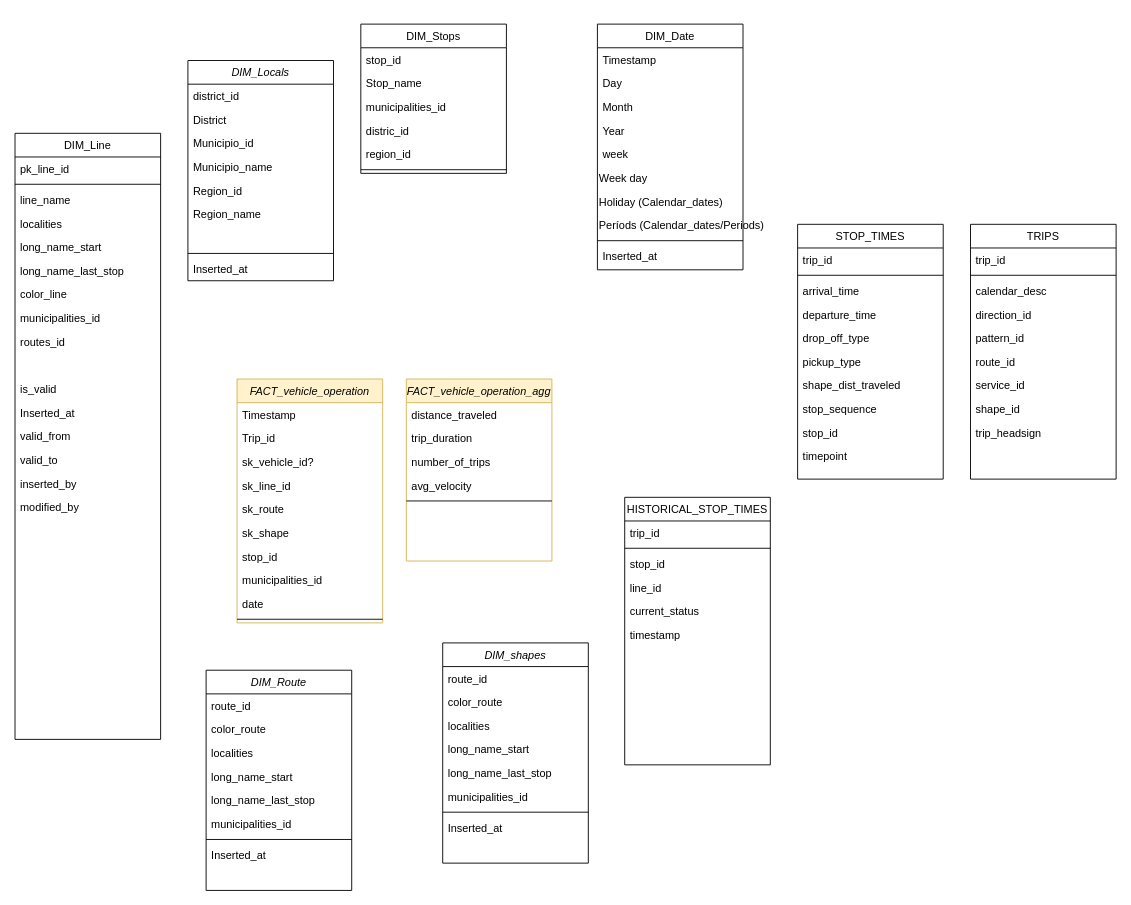
Above: Diagrama sem nome.drawio in joao-dias-25/final-project-edit (draw.io), before the change. Source tidied: cells renumbered, new cells numbered last; positions are measured from the earlier drawing's top-left corner, leaving out a move shared by most shapes. Both pictures are drawn from the tidied source at 91%, with x=0, y=0 at pixel (15, 24).
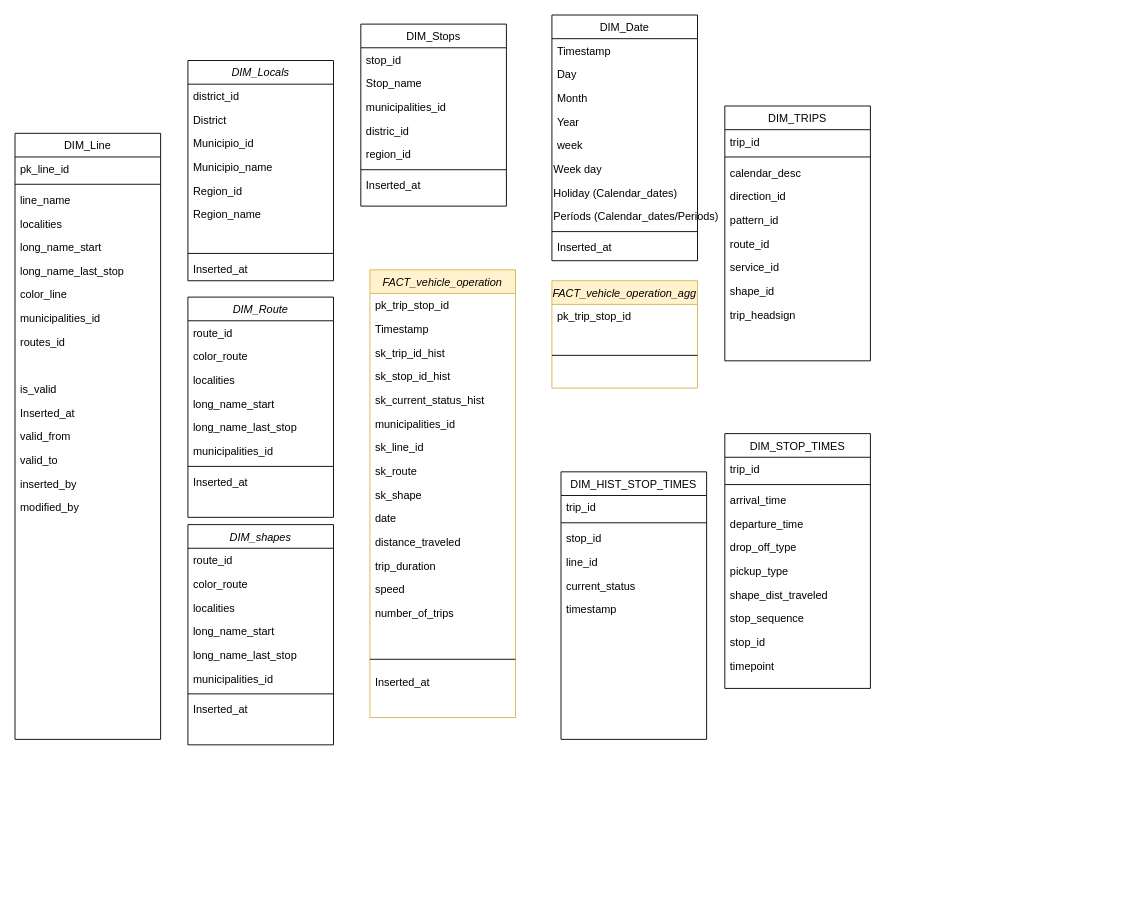
The same page after the edit.

The edit, as a diff of the source:
```diff
@@
     <mxCell id="29" value="DIM_Stops" style="swimlane;fontStyle=0;align=center;verticalAlign=top;horizontal=1;startSize=26;rounded=0;shadow=0;strokeWidth=1;" parent="1" vertex="1">
-      <mxGeometry x="380" width="160" height="164" as="geometry" />
+      <mxGeometry x="380" width="160" height="200" as="geometry" />
     </mxCell>
@@
+    <mxCell id="113" value="Inserted_at" style="text;align=left;verticalAlign=top;spacingLeft=4;spacingRight=4;overflow=hidden;" parent="29" vertex="1">
+      <mxGeometry y="164" width="160" height="26" as="geometry" />
+    </mxCell>
     <mxCell id="36" value="DIM_Date" style="swimlane;fontStyle=0;align=center;verticalAlign=top;horizontal=1;startSize=26;rounded=0;shadow=0;strokeWidth=1;" parent="1" vertex="1">
-      <mxGeometry x="640" width="160" height="270" as="geometry" />
+      <mxGeometry x="590" y="-10" width="160" height="270" as="geometry" />
     </mxCell>
@@
     <mxCell id="47" value="FACT_vehicle_operation" style="swimlane;fontStyle=2;align=center;verticalAlign=top;horizontal=1;startSize=26;rounded=0;shadow=0;strokeWidth=1;fillColor=#fff2cc;strokeColor=#d6b656;" parent="1" vertex="1">
-      <mxGeometry x="244" y="390" width="160" height="268" as="geometry" />
+      <mxGeometry x="390" y="270" width="160" height="492" as="geometry" />
     </mxCell>
+    <mxCell id="114" value="pk_trip_stop_id" style="text;align=left;verticalAlign=top;spacingLeft=4;spacingRight=4;overflow=hidden;rounded=0;shadow=0;html=0;" parent="47" vertex="1">
+      <mxGeometry y="26" width="160" height="26" as="geometry" />
+    </mxCell>
     <mxCell id="48" value="Timestamp" style="text;align=left;verticalAlign=top;spacingLeft=4;spacingRight=4;overflow=hidden;rounded=0;shadow=0;html=0;" parent="47" vertex="1">
-      <mxGeometry y="26" width="160" height="26" as="geometry" />
+      <mxGeometry y="52" width="160" height="26" as="geometry" />
     </mxCell>
-    <mxCell id="49" value="Trip_id&#10;" style="text;align=left;verticalAlign=top;spacingLeft=4;spacingRight=4;overflow=hidden;rounded=0;shadow=0;html=0;" parent="47" vertex="1">
-      <mxGeometry y="52" width="160" height="26" as="geometry" />
+    <mxCell id="49" value="sk_trip_id_hist&#10;" style="text;align=left;verticalAlign=top;spacingLeft=4;spacingRight=4;overflow=hidden;rounded=0;shadow=0;html=0;" parent="47" vertex="1">
+      <mxGeometry y="78" width="160" height="26" as="geometry" />
     </mxCell>
-    <mxCell id="50" value="sk_vehicle_id?" style="text;align=left;verticalAlign=top;spacingLeft=4;spacingRight=4;overflow=hidden;rounded=0;shadow=0;html=0;" parent="47" vertex="1">
-      <mxGeometry y="78" width="160" height="26" as="geometry" />
-    </mxCell>
+    <mxCell id="115" value="sk_stop_id_hist" style="text;align=left;verticalAlign=top;spacingLeft=4;spacingRight=4;overflow=hidden;rounded=0;shadow=0;html=0;" parent="47" vertex="1">
+      <mxGeometry y="104" width="160" height="26" as="geometry" />
+    </mxCell>
+    <mxCell id="116" value="sk_current_status_hist" style="text;align=left;verticalAlign=top;spacingLeft=4;spacingRight=4;overflow=hidden;rounded=0;shadow=0;html=0;" parent="47" vertex="1">
+      <mxGeometry y="130" width="160" height="26" as="geometry" />
+    </mxCell>
+    <mxCell id="55" value="municipalities_id" style="text;align=left;verticalAlign=top;spacingLeft=4;spacingRight=4;overflow=hidden;rounded=0;shadow=0;html=0;" parent="47" vertex="1">
+      <mxGeometry y="156" width="160" height="26" as="geometry" />
+    </mxCell>
     <mxCell id="51" value="sk_line_id" style="text;align=left;verticalAlign=top;spacingLeft=4;spacingRight=4;overflow=hidden;rounded=0;shadow=0;html=0;" parent="47" vertex="1">
-      <mxGeometry y="104" width="160" height="26" as="geometry" />
+      <mxGeometry y="182" width="160" height="26" as="geometry" />
     </mxCell>
     <mxCell id="52" value="sk_route" style="text;align=left;verticalAlign=top;spacingLeft=4;spacingRight=4;overflow=hidden;rounded=0;shadow=0;html=0;" parent="47" vertex="1">
-      <mxGeometry y="130" width="160" height="26" as="geometry" />
+      <mxGeometry y="208" width="160" height="26" as="geometry" />
     </mxCell>
     <mxCell id="53" value="sk_shape" style="text;align=left;verticalAlign=top;spacingLeft=4;spacingRight=4;overflow=hidden;rounded=0;shadow=0;html=0;" parent="47" vertex="1">
-      <mxGeometry y="156" width="160" height="26" as="geometry" />
+      <mxGeometry y="234" width="160" height="26" as="geometry" />
     </mxCell>
-    <mxCell id="54" value="stop_id" style="text;align=left;verticalAlign=top;spacingLeft=4;spacingRight=4;overflow=hidden;rounded=0;shadow=0;html=0;" parent="47" vertex="1">
-      <mxGeometry y="182" width="160" height="26" as="geometry" />
-    </mxCell>
-    <mxCell id="55" value="municipalities_id" style="text;align=left;verticalAlign=top;spacingLeft=4;spacingRight=4;overflow=hidden;rounded=0;shadow=0;html=0;" parent="47" vertex="1">
-      <mxGeometry y="208" width="160" height="26" as="geometry" />
-    </mxCell>
     <mxCell id="56" value="date" style="text;align=left;verticalAlign=top;spacingLeft=4;spacingRight=4;overflow=hidden;rounded=0;shadow=0;html=0;" parent="47" vertex="1">
-      <mxGeometry y="234" width="160" height="26" as="geometry" />
+      <mxGeometry y="260" width="160" height="26" as="geometry" />
     </mxCell>
-    <mxCell id="57" style="line;html=1;strokeWidth=1;align=left;verticalAlign=middle;spacingTop=-1;spacingLeft=3;spacingRight=3;labelPosition=right;" parent="47" vertex="1">
-      <mxGeometry y="260" width="160" height="8" as="geometry" />
-    </mxCell>
-    <mxCell id="58" value="FACT_vehicle_operation_agg&#10;&#10;" style="swimlane;fontStyle=2;align=center;verticalAlign=top;horizontal=1;startSize=26;rounded=0;shadow=0;strokeWidth=1;fillColor=#fff2cc;strokeColor=#d6b656;" parent="1" vertex="1">
-      <mxGeometry x="430" y="390" width="160" height="200" as="geometry" />
-    </mxCell>
-    <mxCell id="59" value="distance_traveled" style="text;align=left;verticalAlign=top;spacingLeft=4;spacingRight=4;overflow=hidden;rounded=0;shadow=0;html=0;" parent="58" vertex="1">
-      <mxGeometry y="26" width="160" height="26" as="geometry" />
+    <mxCell id="59" value="distance_traveled" style="text;align=left;verticalAlign=top;spacingLeft=4;spacingRight=4;overflow=hidden;rounded=0;shadow=0;html=0;" parent="47" vertex="1">
+      <mxGeometry y="286" width="160" height="26" as="geometry" />
     </mxCell>
-    <mxCell id="60" value="trip_duration" style="text;align=left;verticalAlign=top;spacingLeft=4;spacingRight=4;overflow=hidden;rounded=0;shadow=0;html=0;" parent="58" vertex="1">
-      <mxGeometry y="52" width="160" height="26" as="geometry" />
+    <mxCell id="60" value="trip_duration" style="text;align=left;verticalAlign=top;spacingLeft=4;spacingRight=4;overflow=hidden;rounded=0;shadow=0;html=0;" parent="47" vertex="1">
+      <mxGeometry y="312" width="160" height="26" as="geometry" />
     </mxCell>
+    <mxCell id="62" value="speed" style="text;align=left;verticalAlign=top;spacingLeft=4;spacingRight=4;overflow=hidden;rounded=0;shadow=0;html=0;" parent="47" vertex="1">
+      <mxGeometry y="338" width="160" height="26" as="geometry" />
+    </mxCell>
-    <mxCell id="61" value="number_of_trips" style="text;align=left;verticalAlign=top;spacingLeft=4;spacingRight=4;overflow=hidden;rounded=0;shadow=0;html=0;" parent="58" vertex="1">
-      <mxGeometry y="78" width="160" height="26" as="geometry" />
+    <mxCell id="61" value="number_of_trips" style="text;align=left;verticalAlign=top;spacingLeft=4;spacingRight=4;overflow=hidden;rounded=0;shadow=0;html=0;" parent="47" vertex="1">
+      <mxGeometry y="364" width="160" height="26" as="geometry" />
     </mxCell>
-    <mxCell id="62" value="avg_velocity" style="text;align=left;verticalAlign=top;spacingLeft=4;spacingRight=4;overflow=hidden;rounded=0;shadow=0;html=0;" parent="58" vertex="1">
-      <mxGeometry y="104" width="160" height="26" as="geometry" />
-    </mxCell>
-    <mxCell id="63" style="line;html=1;strokeWidth=1;align=left;verticalAlign=middle;spacingTop=-1;spacingLeft=3;spacingRight=3;labelPosition=right;" parent="58" vertex="1">
-      <mxGeometry y="130" width="160" height="8" as="geometry" />
-    </mxCell>
+    <mxCell id="117" style="text;align=left;verticalAlign=top;spacingLeft=4;spacingRight=4;overflow=hidden;rounded=0;shadow=0;html=0;" parent="47" vertex="1">
+      <mxGeometry y="390" width="160" height="26" as="geometry" />
+    </mxCell>
+    <mxCell id="57" style="line;html=1;strokeWidth=1;align=left;verticalAlign=middle;spacingTop=-1;spacingLeft=3;spacingRight=3;labelPosition=right;" parent="47" vertex="1">
+      <mxGeometry y="416" width="160" height="24" as="geometry" />
+    </mxCell>
+    <mxCell id="118" value="Inserted_at" style="text;align=left;verticalAlign=top;spacingLeft=4;spacingRight=4;overflow=hidden;" parent="47" vertex="1">
+      <mxGeometry y="440" width="160" height="26" as="geometry" />
+    </mxCell>
+    <mxCell id="58" value="FACT_vehicle_operation_agg&#10;&#10;" style="swimlane;fontStyle=2;align=center;verticalAlign=top;horizontal=1;startSize=26;rounded=0;shadow=0;strokeWidth=1;fillColor=#fff2cc;strokeColor=#d6b656;" parent="1" vertex="1">
+      <mxGeometry x="590" y="282" width="160" height="118" as="geometry" />
+    </mxCell>
+    <mxCell id="119" value="pk_trip_stop_id" style="text;align=left;verticalAlign=top;spacingLeft=4;spacingRight=4;overflow=hidden;rounded=0;shadow=0;html=0;" parent="58" vertex="1">
+      <mxGeometry y="26" width="160" height="26" as="geometry" />
+    </mxCell>
+    <mxCell id="120" style="text;align=left;verticalAlign=top;spacingLeft=4;spacingRight=4;overflow=hidden;rounded=0;shadow=0;html=0;" parent="58" vertex="1">
+      <mxGeometry y="52" width="160" height="26" as="geometry" />
+    </mxCell>
+    <mxCell id="121" style="line;html=1;strokeWidth=1;align=left;verticalAlign=middle;spacingTop=-1;spacingLeft=3;spacingRight=3;labelPosition=right;" parent="58" vertex="1">
+      <mxGeometry y="78" width="160" height="8" as="geometry" />
+    </mxCell>
     <mxCell id="64" value="DIM_Route" style="swimlane;fontStyle=2;align=center;verticalAlign=top;horizontal=1;startSize=26;rounded=0;shadow=0;strokeWidth=1;" parent="1" vertex="1">
-      <mxGeometry x="210" y="710" width="160" height="242" as="geometry" />
+      <mxGeometry x="190" y="300" width="160" height="242" as="geometry" />
     </mxCell>
@@
     <mxCell id="73" value="DIM_shapes" style="swimlane;fontStyle=2;align=center;verticalAlign=top;horizontal=1;startSize=26;rounded=0;shadow=0;strokeWidth=1;" parent="1" vertex="1">
-      <mxGeometry x="470" y="680" width="160" height="242" as="geometry" />
+      <mxGeometry x="190" y="550" width="160" height="242" as="geometry" />
     </mxCell>
@@
-    <mxCell id="82" value="STOP_TIMES" style="swimlane;fontStyle=0;align=center;verticalAlign=top;horizontal=1;startSize=26;rounded=0;shadow=0;strokeWidth=1;" parent="1" vertex="1">
-      <mxGeometry x="860" y="220" width="160" height="280" as="geometry" />
+    <mxCell id="82" value="DIM_STOP_TIMES" style="swimlane;fontStyle=0;align=center;verticalAlign=top;horizontal=1;startSize=26;rounded=0;shadow=0;strokeWidth=1;" parent="1" vertex="1">
+      <mxGeometry x="780" y="450" width="160" height="280" as="geometry" />
     </mxCell>
@@
-    <mxCell id="94" value="TRIPS" style="swimlane;fontStyle=0;align=center;verticalAlign=top;horizontal=1;startSize=26;rounded=0;shadow=0;strokeWidth=1;" parent="1" vertex="1">
-      <mxGeometry x="1050" y="220" width="160" height="280" as="geometry" />
+    <mxCell id="94" value="DIM_TRIPS" style="swimlane;fontStyle=0;align=center;verticalAlign=top;horizontal=1;startSize=26;rounded=0;shadow=0;strokeWidth=1;" parent="1" vertex="1">
+      <mxGeometry x="780" y="90" width="160" height="280" as="geometry" />
     </mxCell>
@@
-    <mxCell id="105" value="HISTORICAL_STOP_TIMES" style="swimlane;fontStyle=0;align=center;verticalAlign=top;horizontal=1;startSize=26;rounded=0;shadow=0;strokeWidth=1;" parent="1" vertex="1">
-      <mxGeometry x="670" y="520" width="160" height="294" as="geometry" />
+    <mxCell id="105" value="DIM_HIST_STOP_TIMES" style="swimlane;fontStyle=0;align=center;verticalAlign=top;horizontal=1;startSize=26;rounded=0;shadow=0;strokeWidth=1;" parent="1" vertex="1">
+      <mxGeometry x="600" y="492" width="160" height="294" as="geometry" />
     </mxCell>
```
